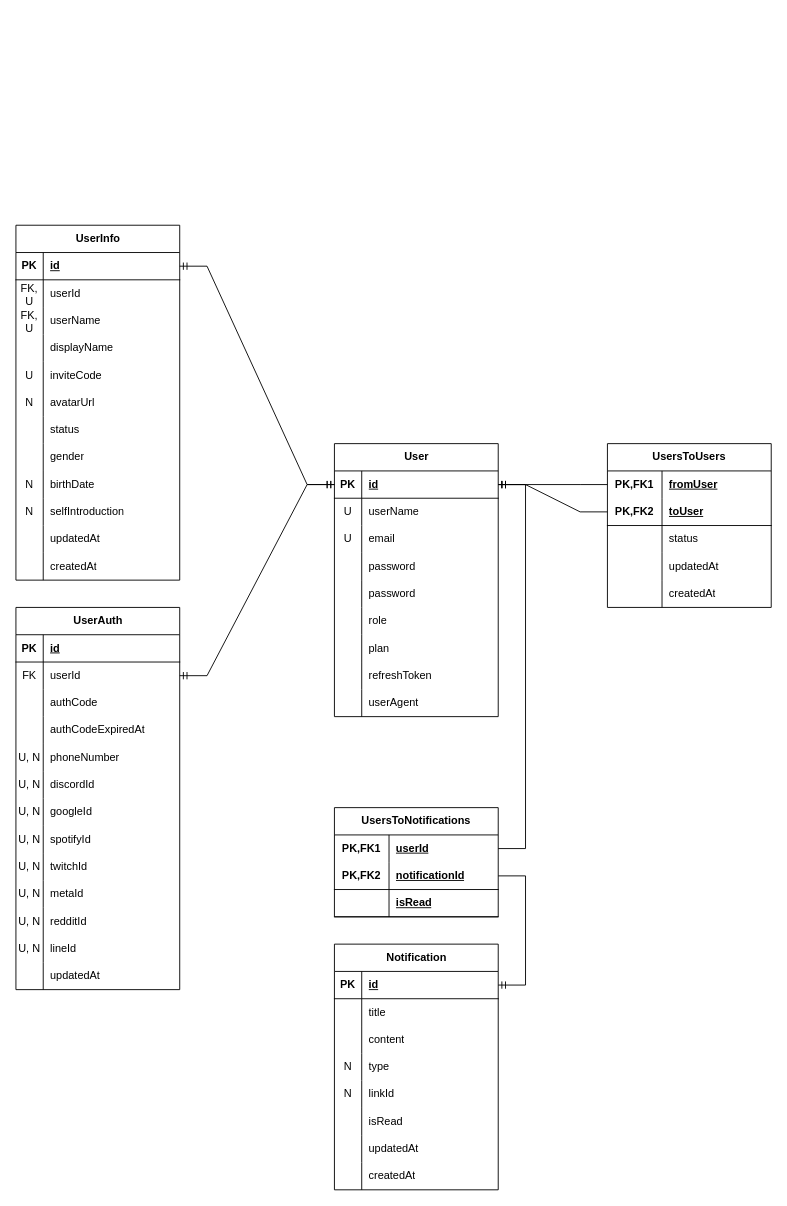
This is docs/database_schema_v1.drawio from HiIamJeff67/discord-robot, a draw.io file, before an edit. Source tidied: cells renumbered, new cells numbered last; positions are measured from the earlier drawing's top-left corner, leaving out a move shared by most shapes. Both pictures are drawn from the tidied source at 91%, with x=0, y=0 at pixel (15, 225).
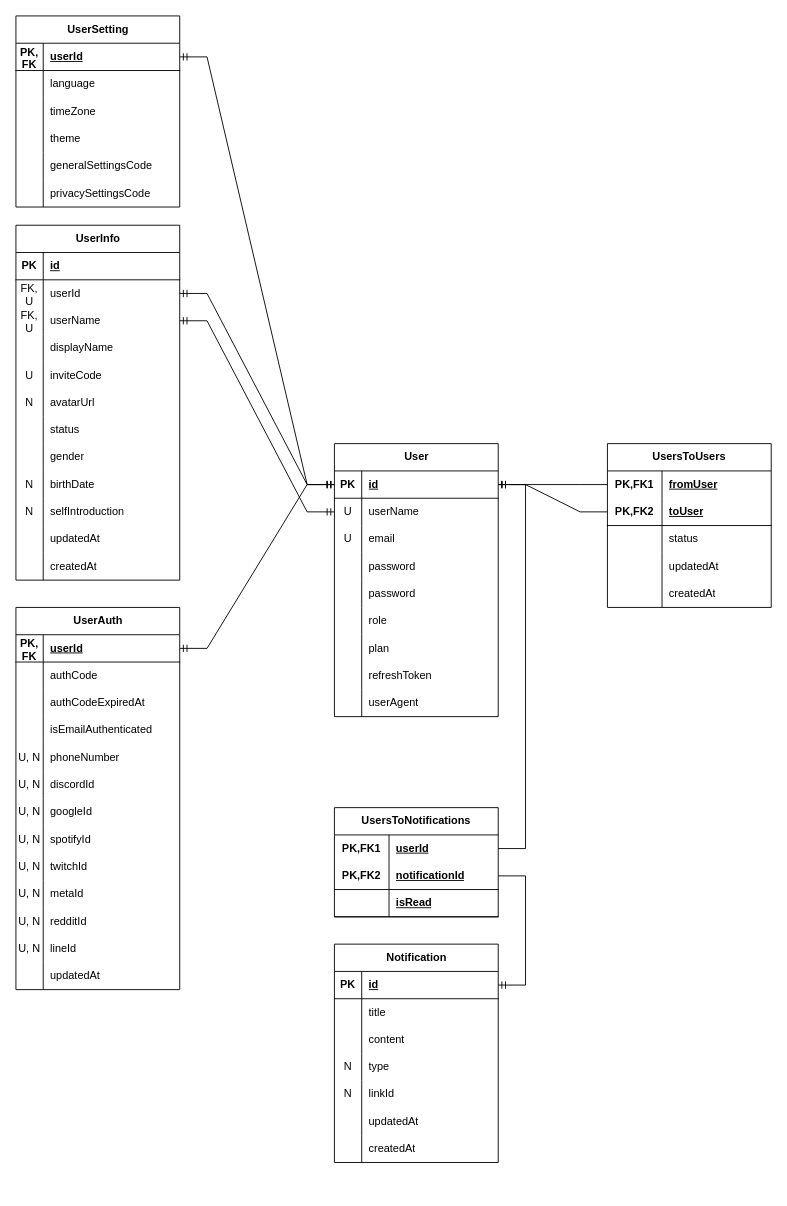
After the change.

Unchanged cells that the change refers to:
```xml
<mxCell id="3" style="shape=tableRow;horizontal=0;startSize=0;swimlaneHead=0;swimlaneBody=0;fillColor=none;points=[[0,0.5],[1,0.5]];portConstraint=eastwest;top=0;left=0;right=0;bottom=1;" parent="2" vertex="1">
  <mxGeometry y="30" width="180" height="30" as="geometry" />
</mxCell>
<mxCell id="6" style="shape=tableRow;horizontal=0;startSize=0;swimlaneHead=0;swimlaneBody=0;fillColor=none;points=[[0,0.5],[1,0.5]];portConstraint=eastwest;top=0;left=0;right=0;bottom=0;" parent="2" vertex="1">
  <mxGeometry y="60" width="180" height="30" as="geometry" />
</mxCell>
<mxCell id="31" style="shape=tableRow;horizontal=0;startSize=0;swimlaneHead=0;swimlaneBody=0;fillColor=none;points=[[0,0.5],[1,0.5]];portConstraint=eastwest;top=0;left=0;right=0;bottom=1;" parent="30" vertex="1">
  <mxGeometry y="30" width="180" height="30" as="geometry" />
</mxCell>
<mxCell id="34" style="shape=tableRow;horizontal=0;startSize=0;swimlaneHead=0;swimlaneBody=0;fillColor=none;points=[[0,0.5],[1,0.5]];portConstraint=eastwest;top=0;left=0;right=0;bottom=0;" parent="30" vertex="1">
  <mxGeometry y="60" width="180" height="30" as="geometry" />
</mxCell>
<mxCell id="37" style="shape=tableRow;horizontal=0;startSize=0;swimlaneHead=0;swimlaneBody=0;fillColor=none;points=[[0,0.5],[1,0.5]];portConstraint=eastwest;top=0;left=0;right=0;bottom=0;" parent="30" vertex="1">
  <mxGeometry y="90" width="180" height="30" as="geometry" />
</mxCell>
<mxCell id="67" value="UserAuth" style="shape=table;startSize=30;childLayout=tableLayout;rowLines=0;fontStyle=1;align=center;html=1;" parent="1" vertex="1">
  <mxGeometry y="420" width="180" height="420" as="geometry" />
</mxCell>
<mxCell id="68" style="shape=tableRow;horizontal=0;startSize=0;swimlaneHead=0;swimlaneBody=0;fillColor=none;points=[[0,0.5],[1,0.5]];portConstraint=eastwest;top=0;left=0;right=0;bottom=1;" parent="67" vertex="1">
  <mxGeometry y="30" width="180" height="30" as="geometry" />
</mxCell>
```

Diff of the diagram source:
```diff
@@
-    <mxCell id="69" value="PK" style="shape=partialRectangle;fillColor=none;top=0;left=0;bottom=0;right=0;fontStyle=1;overflow=hidden;whiteSpace=wrap;html=1;" parent="68" vertex="1">
+    <mxCell id="69" value="PK,&lt;br&gt;FK" style="shape=partialRectangle;fillColor=none;top=0;left=0;bottom=0;right=0;fontStyle=1;overflow=hidden;whiteSpace=wrap;html=1;" parent="68" vertex="1">
       <mxGeometry width="30" height="30" as="geometry" />
     </mxCell>
-    <mxCell id="70" value="id" style="shape=partialRectangle;fillColor=none;top=0;left=0;bottom=0;right=0;align=left;spacingLeft=6;fontStyle=5;overflow=hidden;whiteSpace=wrap;html=1;" parent="68" vertex="1">
+    <mxCell id="70" value="userId" style="shape=partialRectangle;fillColor=none;top=0;left=0;bottom=0;right=0;align=left;spacingLeft=6;fontStyle=5;overflow=hidden;whiteSpace=wrap;html=1;" parent="68" vertex="1">
       <mxGeometry x="30" width="150" height="30" as="geometry" />
     </mxCell>
-    <mxCell id="71" style="shape=tableRow;horizontal=0;startSize=0;swimlaneHead=0;swimlaneBody=0;fillColor=none;points=[[0,0.5],[1,0.5]];portConstraint=eastwest;top=0;left=0;right=0;bottom=0;" parent="67" vertex="1">
-      <mxGeometry y="60" width="180" height="30" as="geometry" />
-    </mxCell>
-    <mxCell id="72" value="FK" style="shape=partialRectangle;fillColor=none;top=0;left=0;bottom=0;right=0;overflow=hidden;whiteSpace=wrap;html=1;" parent="71" vertex="1">
-      <mxGeometry width="30" height="30" as="geometry" />
-    </mxCell>
-    <mxCell id="73" value="userId" style="shape=partialRectangle;fillColor=none;top=0;left=0;bottom=0;right=0;align=left;spacingLeft=6;overflow=hidden;whiteSpace=wrap;html=1;" parent="71" vertex="1">
-      <mxGeometry x="30" width="150" height="30" as="geometry" />
-    </mxCell>
     <mxCell id="74" style="shape=tableRow;horizontal=0;startSize=0;swimlaneHead=0;swimlaneBody=0;fillColor=none;top=0;left=0;right=0;bottom=0;" parent="67" vertex="1">
-      <mxGeometry y="90" width="180" height="30" as="geometry" />
+      <mxGeometry y="60" width="180" height="30" as="geometry" />
     </mxCell>
@@
     <mxCell id="77" style="shape=tableRow;horizontal=0;startSize=0;swimlaneHead=0;swimlaneBody=0;fillColor=none;top=0;left=0;right=0;bottom=0;" parent="67" vertex="1">
-      <mxGeometry y="120" width="180" height="30" as="geometry" />
+      <mxGeometry y="90" width="180" height="30" as="geometry" />
     </mxCell>
@@
+    <mxCell id="164" style="shape=tableRow;horizontal=0;startSize=0;swimlaneHead=0;swimlaneBody=0;fillColor=none;top=0;left=0;right=0;bottom=0;" parent="67" vertex="1">
+      <mxGeometry y="120" width="180" height="30" as="geometry" />
+    </mxCell>
+    <mxCell id="165" style="shape=partialRectangle;fillColor=none;top=0;left=0;bottom=0;right=0;overflow=hidden;whiteSpace=wrap;html=1;" parent="164" vertex="1">
+      <mxGeometry width="30" height="30" as="geometry" />
+    </mxCell>
+    <mxCell id="166" value="isEmailAuthenticated" style="shape=partialRectangle;fillColor=none;top=0;left=0;bottom=0;right=0;align=left;spacingLeft=6;overflow=hidden;whiteSpace=wrap;html=1;" parent="164" vertex="1">
+      <mxGeometry x="30" width="150" height="30" as="geometry" />
+    </mxCell>
@@
     <mxCell id="107" value="Notification" style="shape=table;startSize=30;childLayout=tableLayout;rowLines=0;fontStyle=1;align=center;html=1;" parent="1" vertex="1">
-      <mxGeometry x="350" y="790" width="180" height="270" as="geometry" />
+      <mxGeometry x="350" y="790" width="180" height="240" as="geometry" />
     </mxCell>
@@
-    <mxCell id="123" style="shape=tableRow;horizontal=0;startSize=0;swimlaneHead=0;swimlaneBody=0;fillColor=none;top=0;left=0;right=0;bottom=0;" parent="107" vertex="1">
-      <mxGeometry y="180" width="180" height="30" as="geometry" />
-    </mxCell>
-    <mxCell id="124" style="shape=partialRectangle;fillColor=none;top=0;left=0;bottom=0;right=0;overflow=hidden;whiteSpace=wrap;html=1;" parent="123" vertex="1">
-      <mxGeometry width="30" height="30" as="geometry" />
-    </mxCell>
-    <mxCell id="125" value="isRead" style="shape=partialRectangle;fillColor=none;top=0;left=0;bottom=0;right=0;align=left;spacingLeft=6;overflow=hidden;whiteSpace=wrap;html=1;" parent="123" vertex="1">
-      <mxGeometry x="30" width="150" height="30" as="geometry" />
-    </mxCell>
     <mxCell id="126" style="shape=tableRow;horizontal=0;startSize=0;swimlaneHead=0;swimlaneBody=0;fillColor=none;top=0;left=0;right=0;bottom=0;" parent="107" vertex="1">
-      <mxGeometry y="210" width="180" height="30" as="geometry" />
+      <mxGeometry y="180" width="180" height="30" as="geometry" />
     </mxCell>
@@
     <mxCell id="129" style="shape=tableRow;horizontal=0;startSize=0;swimlaneHead=0;swimlaneBody=0;fillColor=none;top=0;left=0;right=0;bottom=0;" parent="107" vertex="1">
-      <mxGeometry y="240" width="180" height="30" as="geometry" />
+      <mxGeometry y="210" width="180" height="30" as="geometry" />
     </mxCell>
@@
-    <mxCell id="142" style="edgeStyle=entityRelationEdgeStyle;fontSize=12;html=1;endArrow=ERmandOne;startArrow=ERmandOne;rounded=0;entryX=1;entryY=0.5;entryDx=0;entryDy=0;exitX=0;exitY=0.5;exitDx=0;exitDy=0;" parent="1" edge="1" source="3" target="71">
+    <mxCell id="142" style="edgeStyle=entityRelationEdgeStyle;fontSize=12;html=1;endArrow=ERmandOne;startArrow=ERmandOne;rounded=0;entryX=1;entryY=0.5;entryDx=0;entryDy=0;exitX=0;exitY=0.5;exitDx=0;exitDy=0;" parent="1" edge="1" source="3" target="68">
       <mxGeometry relative="1" as="geometry">
         <Array as="points">
           <mxPoint x="580" y="450" />
           <mxPoint x="560" y="460" />
           <mxPoint x="610" y="570" />
         </Array>
       </mxGeometry>
     </mxCell>
@@
-    <mxCell id="163" style="edgeStyle=entityRelationEdgeStyle;fontSize=12;html=1;endArrow=ERmandOne;startArrow=ERmandOne;rounded=0;entryX=0;entryY=0.5;entryDx=0;entryDy=0;exitX=1;exitY=0.5;exitDx=0;exitDy=0;" parent="1" edge="1" source="31" target="3">
+    <mxCell id="163" style="edgeStyle=entityRelationEdgeStyle;fontSize=12;html=1;endArrow=ERmandOne;startArrow=ERmandOne;rounded=0;entryX=0;entryY=0.5;entryDx=0;entryDy=0;exitX=1;exitY=0.5;exitDx=0;exitDy=0;" parent="1" edge="1" source="34" target="3">
       <mxGeometry relative="1" as="geometry">
         <Array as="points">
           <mxPoint x="720" y="145" />
           <mxPoint x="700" y="155" />
           <mxPoint x="750" y="265" />
         </Array>
       </mxGeometry>
     </mxCell>
+    <mxCell id="167" value="UserSetting" style="shape=table;startSize=30;childLayout=tableLayout;rowLines=0;fontStyle=1;align=center;html=1;" parent="1" vertex="1">
+      <mxGeometry y="-230" width="180" height="210" as="geometry" />
+    </mxCell>
+    <mxCell id="168" style="shape=tableRow;horizontal=0;startSize=0;swimlaneHead=0;swimlaneBody=0;fillColor=none;points=[[0,0.5],[1,0.5]];portConstraint=eastwest;top=0;left=0;right=0;bottom=1;" parent="167" vertex="1">
+      <mxGeometry y="30" width="180" height="30" as="geometry" />
+    </mxCell>
+    <mxCell id="169" value="PK,&lt;br&gt;FK" style="shape=partialRectangle;fillColor=none;top=0;left=0;bottom=0;right=0;fontStyle=1;overflow=hidden;whiteSpace=wrap;html=1;" parent="168" vertex="1">
+      <mxGeometry width="30" height="30" as="geometry" />
+    </mxCell>
+    <mxCell id="73" value="userId" style="shape=partialRectangle;fillColor=none;top=0;left=0;bottom=0;right=0;align=left;spacingLeft=6;fontStyle=5;overflow=hidden;whiteSpace=wrap;html=1;" parent="168" vertex="1">
+      <mxGeometry x="30" width="150" height="30" as="geometry" />
+    </mxCell>
+    <mxCell id="71" style="shape=tableRow;horizontal=0;startSize=0;swimlaneHead=0;swimlaneBody=0;fillColor=none;points=[[0,0.5],[1,0.5]];portConstraint=eastwest;top=0;left=0;right=0;bottom=0;" parent="167" vertex="1">
+      <mxGeometry y="60" width="180" height="30" as="geometry" />
+    </mxCell>
+    <mxCell id="170" style="shape=partialRectangle;fillColor=none;top=0;left=0;bottom=0;right=0;overflow=hidden;whiteSpace=wrap;html=1;" parent="71" vertex="1">
+      <mxGeometry width="30" height="30" as="geometry" />
+    </mxCell>
+    <mxCell id="171" value="language" style="shape=partialRectangle;fillColor=none;top=0;left=0;bottom=0;right=0;align=left;spacingLeft=6;overflow=hidden;whiteSpace=wrap;html=1;" parent="71" vertex="1">
+      <mxGeometry x="30" width="150" height="30" as="geometry" />
+    </mxCell>
+    <mxCell id="172" style="shape=tableRow;horizontal=0;startSize=0;swimlaneHead=0;swimlaneBody=0;fillColor=none;top=0;left=0;right=0;bottom=0;" parent="167" vertex="1">
+      <mxGeometry y="90" width="180" height="30" as="geometry" />
+    </mxCell>
+    <mxCell id="173" style="shape=partialRectangle;fillColor=none;top=0;left=0;bottom=0;right=0;overflow=hidden;whiteSpace=wrap;html=1;" parent="172" vertex="1">
+      <mxGeometry width="30" height="30" as="geometry" />
+    </mxCell>
+    <mxCell id="174" value="timeZone" style="shape=partialRectangle;fillColor=none;top=0;left=0;bottom=0;right=0;align=left;spacingLeft=6;overflow=hidden;whiteSpace=wrap;html=1;" parent="172" vertex="1">
+      <mxGeometry x="30" width="150" height="30" as="geometry" />
+    </mxCell>
+    <mxCell id="175" style="shape=tableRow;horizontal=0;startSize=0;swimlaneHead=0;swimlaneBody=0;fillColor=none;top=0;left=0;right=0;bottom=0;" parent="167" vertex="1">
+      <mxGeometry y="120" width="180" height="30" as="geometry" />
+    </mxCell>
+    <mxCell id="176" style="shape=partialRectangle;fillColor=none;top=0;left=0;bottom=0;right=0;overflow=hidden;whiteSpace=wrap;html=1;" parent="175" vertex="1">
+      <mxGeometry width="30" height="30" as="geometry" />
+    </mxCell>
+    <mxCell id="177" value="theme" style="shape=partialRectangle;fillColor=none;top=0;left=0;bottom=0;right=0;align=left;spacingLeft=6;overflow=hidden;whiteSpace=wrap;html=1;" parent="175" vertex="1">
+      <mxGeometry x="30" width="150" height="30" as="geometry" />
+    </mxCell>
+    <mxCell id="178" style="shape=tableRow;horizontal=0;startSize=0;swimlaneHead=0;swimlaneBody=0;fillColor=none;top=0;left=0;right=0;bottom=0;" parent="167" vertex="1">
+      <mxGeometry y="150" width="180" height="30" as="geometry" />
+    </mxCell>
+    <mxCell id="179" style="shape=partialRectangle;fillColor=none;top=0;left=0;bottom=0;right=0;overflow=hidden;whiteSpace=wrap;html=1;" parent="178" vertex="1">
+      <mxGeometry width="30" height="30" as="geometry" />
+    </mxCell>
+    <mxCell id="180" value="generalSettingsCode" style="shape=partialRectangle;fillColor=none;top=0;left=0;bottom=0;right=0;align=left;spacingLeft=6;overflow=hidden;whiteSpace=wrap;html=1;" parent="178" vertex="1">
+      <mxGeometry x="30" width="150" height="30" as="geometry" />
+    </mxCell>
+    <mxCell id="123" style="shape=tableRow;horizontal=0;startSize=0;swimlaneHead=0;swimlaneBody=0;fillColor=none;top=0;left=0;right=0;bottom=0;" parent="167" vertex="1">
+      <mxGeometry y="180" width="180" height="30" as="geometry" />
+    </mxCell>
+    <mxCell id="181" style="shape=partialRectangle;fillColor=none;top=0;left=0;bottom=0;right=0;overflow=hidden;whiteSpace=wrap;html=1;" parent="123" vertex="1">
+      <mxGeometry width="30" height="30" as="geometry" />
+    </mxCell>
+    <mxCell id="182" value="privacySettingsCode" style="shape=partialRectangle;fillColor=none;top=0;left=0;bottom=0;right=0;align=left;spacingLeft=6;overflow=hidden;whiteSpace=wrap;html=1;" parent="123" vertex="1">
+      <mxGeometry x="30" width="150" height="30" as="geometry" />
+    </mxCell>
+    <mxCell id="183" style="edgeStyle=entityRelationEdgeStyle;fontSize=12;html=1;endArrow=ERmandOne;startArrow=ERmandOne;rounded=0;entryX=0;entryY=0.5;entryDx=0;entryDy=0;exitX=1;exitY=0.5;exitDx=0;exitDy=0;" parent="1" edge="1" source="168" target="3">
+      <mxGeometry relative="1" as="geometry">
+        <Array as="points">
+          <mxPoint x="730" y="80" />
+          <mxPoint x="710" y="90" />
+          <mxPoint x="760" y="200" />
+        </Array>
+      </mxGeometry>
+    </mxCell>
+    <mxCell id="184" style="edgeStyle=entityRelationEdgeStyle;fontSize=12;html=1;endArrow=ERmandOne;startArrow=ERmandOne;rounded=0;entryX=0;entryY=0.5;entryDx=0;entryDy=0;exitX=1;exitY=0.5;exitDx=0;exitDy=0;" parent="1" edge="1" source="37" target="6">
+      <mxGeometry relative="1" as="geometry">
+        <Array as="points">
+          <mxPoint x="730" y="155" />
+          <mxPoint x="710" y="165" />
+          <mxPoint x="760" y="275" />
+        </Array>
+      </mxGeometry>
+    </mxCell>
```
